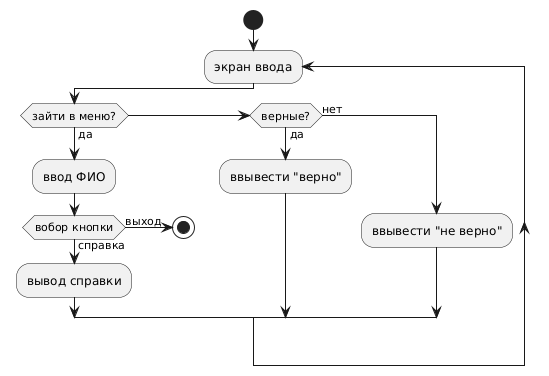
Above: diagrams/lab2.png in cyhed/Qt-Quick (PlantUML), before the change. Source of this version:
```plantuml
@startuml
start

repeat :экран ввода

if (зайти в меню?) then (да)
  :ввод ФИО;
if (вобор кнопки) then (справка)
  :вывод справки;
else (выход)
stop
endif
elseif (верные?) then (да)

  :ввывести "верно";

else (нет)

  :ввывести "не верно";

endif

repeat while
@enduml
```
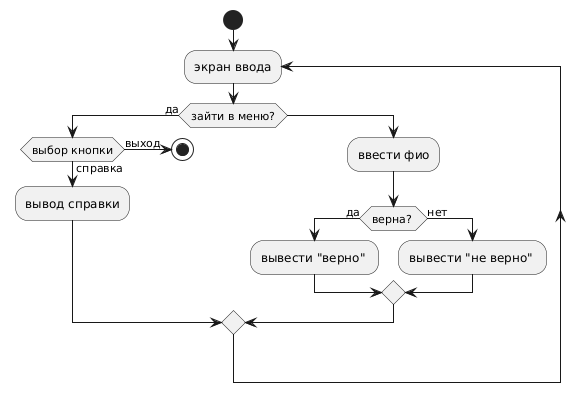
The same diagram one commit later.

Change to the diagram source:
```diff
@@ -4,19 +4,19 @@
 repeat :экран ввода
 
 if (зайти в меню?) then (да)
-  :ввод ФИО;
-if (вобор кнопки) then (справка)
+
+if (выбор кнопки) then (справка)
   :вывод справки;
 else (выход)
 stop
 endif
-elseif (верные?) then (да)
-
-  :ввывести "верно";
-
+else
+:ввести фио;
+if(верна? )  then( дa)
+:вывести "верно" ;
 else (нет)
-
-  :ввывести "не верно";
+:вывести "не верно" ;
+endif
 
 endif
 
```
